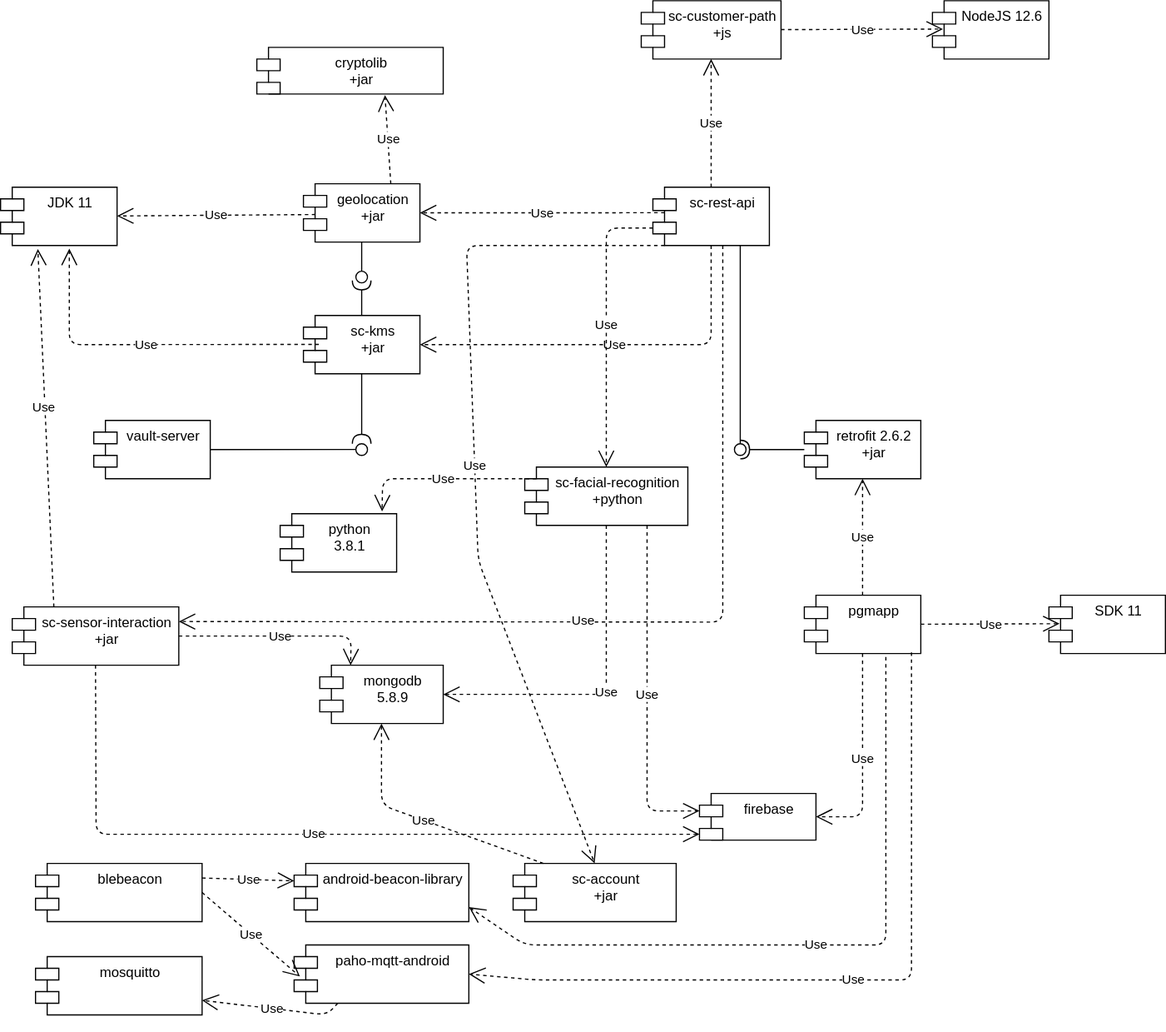
The draw.io diagram diagrams/ComponentDiagram.svg in jessicaraman/pds-stardust, before a commit. Source tidied: cells renumbered, new cells last; positions are measured from the earlier drawing's top-left corner, leaving out a move shared by most shapes.
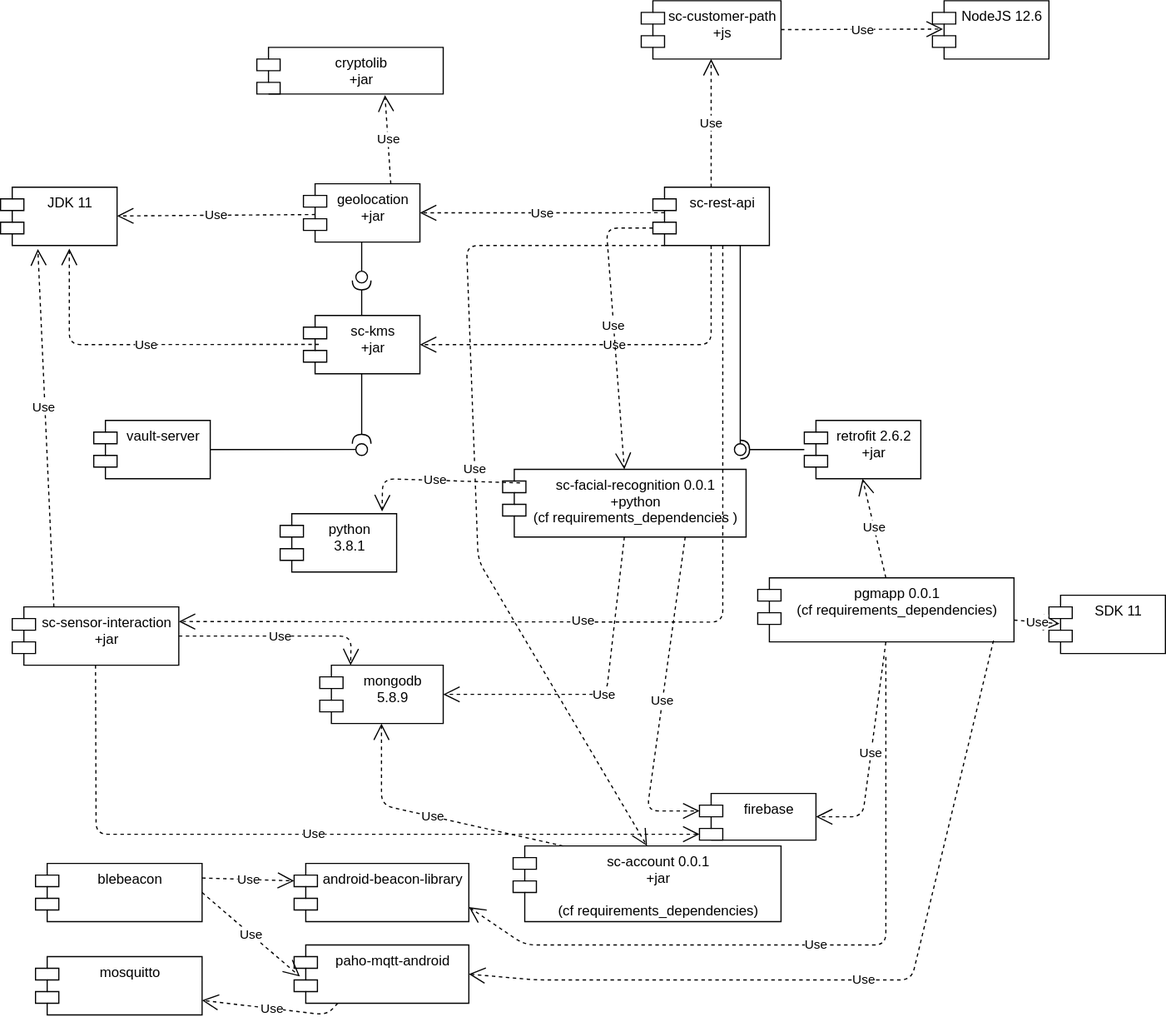
The same diagram one commit later.

Diff of the diagram source:
```diff
@@ -14,8 +14,8 @@
     <mxCell id="5" value="sc-customer-path&#10;+js" style="shape=module;align=left;spacingLeft=20;align=center;verticalAlign=top;" parent="1" vertex="1">
       <mxGeometry x="550" width="120" height="50" as="geometry" />
     </mxCell>
-    <mxCell id="6" value="pgmapp&#10;" style="shape=module;align=left;spacingLeft=20;align=center;verticalAlign=top;" parent="1" vertex="1">
-      <mxGeometry x="690" y="510" width="100" height="50" as="geometry" />
+    <mxCell id="6" value="pgmapp 0.0.1&#10;(cf requirements_dependencies)&#10;" style="shape=module;align=left;spacingLeft=20;align=center;verticalAlign=top;" parent="1" vertex="1">
+      <mxGeometry x="650" y="495" width="220" height="55" as="geometry" />
     </mxCell>
     <mxCell id="7" value="Use" style="endArrow=open;endSize=12;dashed=1;html=1;exitX=0.102;exitY=0.528;exitDx=0;exitDy=0;exitPerimeter=0;" parent="1" edge="1" source="4" target="2">
       <mxGeometry relative="1" as="geometry" />
@@ -92,8 +92,8 @@
     <mxCell id="27" value="Use" style="endArrow=open;endSize=12;dashed=1;html=1;entryX=0.091;entryY=0.488;entryDx=0;entryDy=0;entryPerimeter=0;" parent="1" edge="1" source="6" target="13">
       <mxGeometry relative="1" as="geometry" />
     </mxCell>
-    <mxCell id="28" value="sc-facial-recognition&#10;+python" style="shape=module;align=left;spacingLeft=20;align=center;verticalAlign=top;" parent="1" vertex="1">
-      <mxGeometry x="450" y="400" width="140" height="50" as="geometry" />
+    <mxCell id="28" value="sc-facial-recognition 0.0.1&#10;+python&#10;(cf requirements_dependencies )" style="shape=module;align=left;spacingLeft=20;align=center;verticalAlign=top;" parent="1" vertex="1">
+      <mxGeometry x="431" y="402" width="209" height="58" as="geometry" />
     </mxCell>
     <mxCell id="29" value="mongodb&#10;5.8.9" style="shape=module;align=left;spacingLeft=20;align=center;verticalAlign=top;" parent="1" vertex="1">
       <mxGeometry x="274" y="570" width="106" height="50" as="geometry" />
@@ -182,8 +182,8 @@
         <mxPoint x="-120" y="119" as="offset" />
       </mxGeometry>
     </mxCell>
-    <mxCell id="46" value="sc-account&#10;+jar" style="shape=module;align=left;spacingLeft=20;align=center;verticalAlign=top;" parent="1" vertex="1">
-      <mxGeometry x="440" y="740" width="140" height="50" as="geometry" />
+    <mxCell id="46" value="sc-account 0.0.1&#10;+jar&#10;&#10;(cf requirements_dependencies)" style="shape=module;align=left;spacingLeft=20;align=center;verticalAlign=top;" parent="1" vertex="1">
+      <mxGeometry x="440" y="725" width="230" height="65" as="geometry" />
     </mxCell>
     <mxCell id="47" value="Use" style="endArrow=open;endSize=12;dashed=1;html=1;exitX=0;exitY=1;exitDx=10;exitDy=0;entryX=0.5;entryY=0;entryDx=0;entryDy=0;exitPerimeter=0;" parent="1" edge="1" source="9" target="46">
       <mxGeometry relative="1" as="geometry">
```
